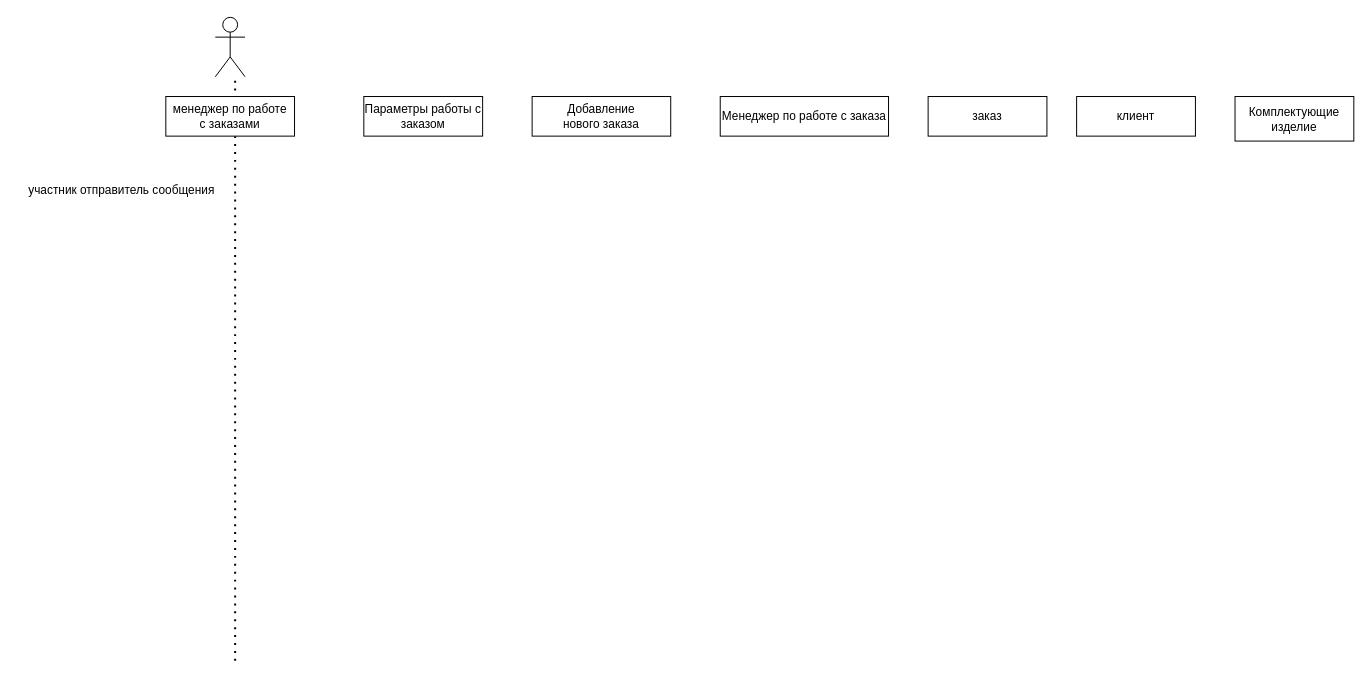
Above: page "лаб.4" (2 of 4) of Диаграмма без названия.drawio in Ev0or/dontTouch (draw.io), before the change. Source tidied: cells renumbered, new cells numbered last; positions are measured from the earlier drawing's top-left corner, leaving out a move shared by most shapes. Both pictures are drawn from the tidied source at 99%, with x=0, y=0 at pixel (17, 17).
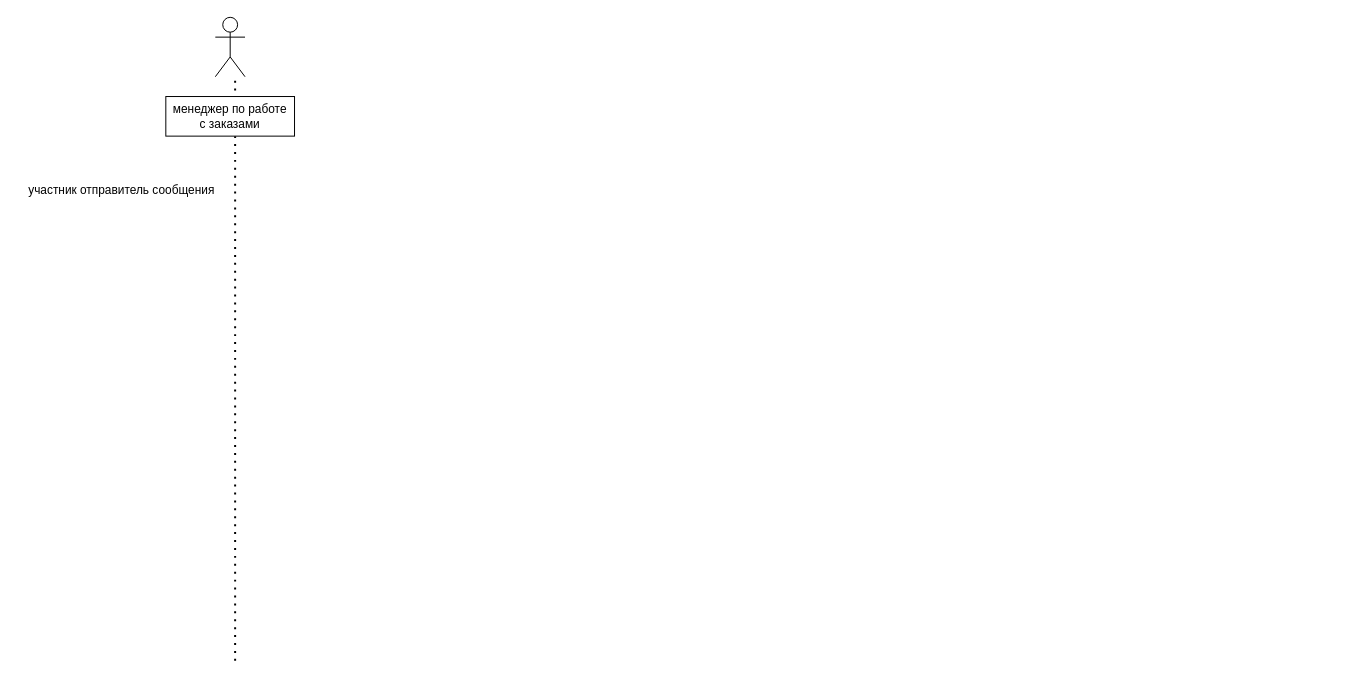
After the change.

Diff of the diagram source:
```diff
@@
 <mxGraphModel>
   <root>
     <mxCell id="0" />
     <mxCell id="1" parent="0" />
     <mxCell id="2" style="shape=umlActor;verticalLabelPosition=bottom;verticalAlign=top;html=1;" parent="1" vertex="1">
       <mxGeometry x="200" width="30" height="60" as="geometry" />
     </mxCell>
-    <mxCell id="3" value="Параметры работы с заказом" style="rounded=0;whiteSpace=wrap;html=1;" parent="1" vertex="1">
-      <mxGeometry x="350" y="80" width="120" height="40" as="geometry" />
-    </mxCell>
-    <mxCell id="4" value="&lt;div&gt;Добавление &lt;br&gt;&lt;/div&gt;&lt;div&gt;нового заказа&lt;br&gt;&lt;/div&gt;" style="rounded=0;whiteSpace=wrap;html=1;" parent="1" vertex="1">
-      <mxGeometry x="520" y="80" width="140" height="40" as="geometry" />
-    </mxCell>
-    <mxCell id="5" value="Менеджер по работе с заказа" style="whiteSpace=wrap;html=1;" parent="1" vertex="1">
-      <mxGeometry x="710" y="80" width="170" height="40" as="geometry" />
-    </mxCell>
-    <mxCell id="6" value="заказ" style="whiteSpace=wrap;html=1;" parent="1" vertex="1">
-      <mxGeometry x="920" y="80" width="120" height="40" as="geometry" />
-    </mxCell>
-    <mxCell id="7" value="клиент" style="whiteSpace=wrap;html=1;" parent="1" vertex="1">
-      <mxGeometry x="1070" y="80" width="120" height="40" as="geometry" />
-    </mxCell>
-    <mxCell id="8" value="&lt;div&gt;Комплектующие&lt;/div&gt;&lt;div&gt;изделие&lt;br&gt;&lt;/div&gt;" style="whiteSpace=wrap;html=1;" parent="1" vertex="1">
-      <mxGeometry x="1230" y="80" width="120" height="45" as="geometry" />
-    </mxCell>
     <mxCell id="9" value="участник отправитель сообщения" style="text;html=1;align=center;verticalAlign=middle;strokeColor=none;fillColor=none;" parent="1" vertex="1">
       <mxGeometry y="160" width="210" height="30" as="geometry" />
     </mxCell>
     <mxCell id="10" style="endArrow=none;dashed=1;html=1;dashPattern=1 3;strokeWidth=2;rounded=0;" parent="1" edge="1">
       <mxGeometry relative="1" as="geometry">
         <mxPoint x="220" y="650" as="sourcePoint" />
         <mxPoint x="220" y="60" as="targetPoint" />
       </mxGeometry>
     </mxCell>
     <mxCell id="11" value="&lt;div&gt;менеджер по работе &lt;br&gt;&lt;/div&gt;&lt;div&gt;с заказами&lt;br&gt;&lt;/div&gt;" style="rounded=0;whiteSpace=wrap;html=1;" parent="1" vertex="1">
       <mxGeometry x="150" y="80" width="130" height="40" as="geometry" />
     </mxCell>
   </root>
 </mxGraphModel>
```
